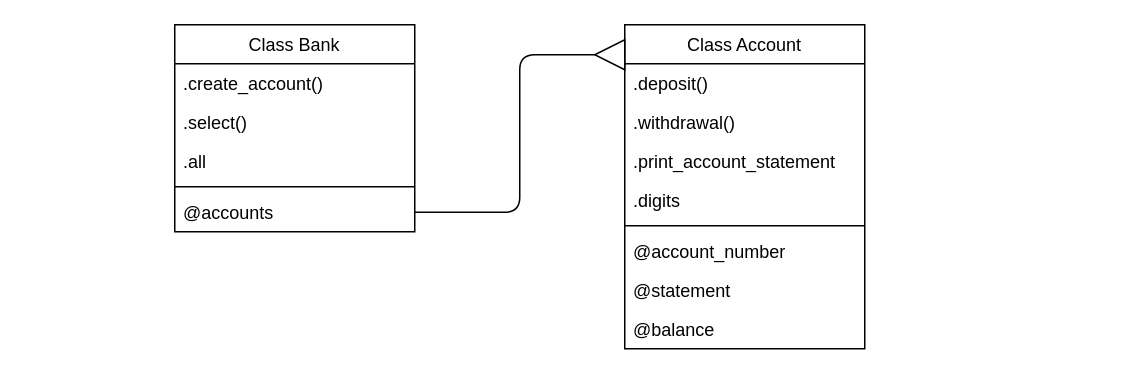
Before: Diagram.drawio in MatteoMicozzi/Bank, a draw.io diagram. Source tidied: cells renumbered, new cells numbered last; positions are measured from the earlier drawing's top-left corner, leaving out a move shared by most shapes. Both pictures are drawn from the tidied source at 150%, with x=0, y=0 at pixel (174, 24).
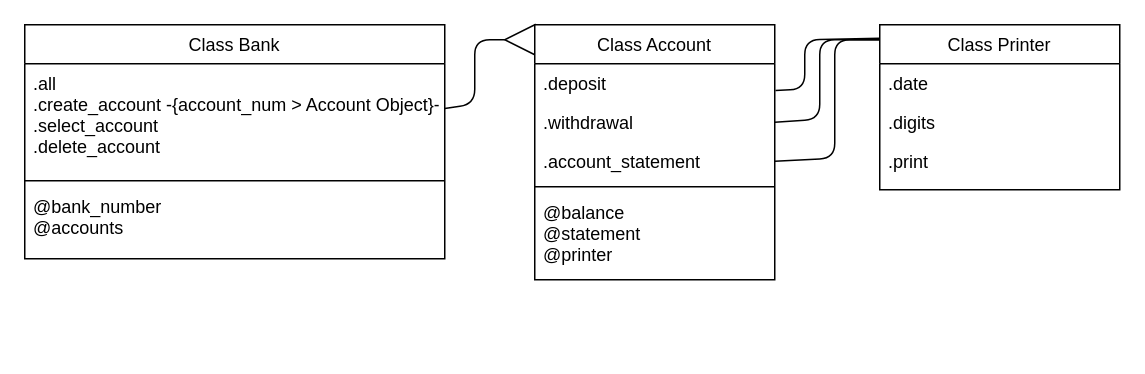
Above is the later version.

The edit, as a diff of the source:
```diff
@@
+    <mxCell id="19" style="edgeStyle=orthogonalEdgeStyle;rounded=0;jettySize=auto;html=1;exitX=0;exitY=0.5;exitDx=0;exitDy=0;" parent="1" edge="1" source="11">
+      <mxGeometry relative="1" as="geometry">
+        <mxPoint x="250" y="20.2" as="targetPoint" />
+      </mxGeometry>
+    </mxCell>
+    <mxCell id="11" style="triangle;whiteSpace=wrap;html=1;rotation=-180;" parent="1" vertex="1">
+      <mxGeometry x="220" width="20" height="20" as="geometry" />
+    </mxCell>
+    <mxCell id="18" style="endArrow=none;html=1;entryX=1;entryY=0.5;entryDx=0;entryDy=0;exitX=1;exitY=0.403;exitDx=0;exitDy=0;exitPerimeter=0;" parent="1" edge="1" source="13" target="11">
+      <mxGeometry relative="1" as="geometry">
+        <Array as="points">
+          <mxPoint x="200" y="53" />
+          <mxPoint x="200" y="10" />
+        </Array>
+      </mxGeometry>
+    </mxCell>
     <mxCell id="2" value="Class Account" style="swimlane;fontStyle=0;align=center;verticalAlign=top;horizontal=1;startSize=26;rounded=0;shadow=0;strokeWidth=1;" parent="1" vertex="1">
-      <mxGeometry x="300" width="160" height="216" as="geometry" />
+      <mxGeometry x="240" width="160" height="170" as="geometry" />
     </mxCell>
-    <mxCell id="3" value=".deposit()" style="text;align=left;verticalAlign=top;spacingLeft=4;spacingRight=4;overflow=hidden;points=[[0,0.5],[1,0.5]];portConstraint=eastwest;" parent="2" vertex="1">
+    <mxCell id="3" value=".deposit" style="text;align=left;verticalAlign=top;spacingLeft=4;spacingRight=4;overflow=hidden;points=[[0,0.5],[1,0.5]];portConstraint=eastwest;" parent="2" vertex="1">
       <mxGeometry y="26" width="160" height="26" as="geometry" />
     </mxCell>
-    <mxCell id="4" value=".withdrawal()" style="text;align=left;verticalAlign=top;spacingLeft=4;spacingRight=4;overflow=hidden;points=[[0,0.5],[1,0.5]];portConstraint=eastwest;rounded=0;shadow=0;html=0;" parent="2" vertex="1">
+    <mxCell id="4" value=".withdrawal" style="text;align=left;verticalAlign=top;spacingLeft=4;spacingRight=4;overflow=hidden;points=[[0,0.5],[1,0.5]];portConstraint=eastwest;rounded=0;shadow=0;html=0;" parent="2" vertex="1">
       <mxGeometry y="52" width="160" height="26" as="geometry" />
     </mxCell>
-    <mxCell id="5" value=".print_account_statement" style="text;align=left;verticalAlign=top;spacingLeft=4;spacingRight=4;overflow=hidden;points=[[0,0.5],[1,0.5]];portConstraint=eastwest;rounded=0;shadow=0;html=0;" parent="2" vertex="1">
+    <mxCell id="5" value=".account_statement" style="text;align=left;verticalAlign=top;spacingLeft=4;spacingRight=4;overflow=hidden;points=[[0,0.5],[1,0.5]];portConstraint=eastwest;rounded=0;shadow=0;html=0;" parent="2" vertex="1">
       <mxGeometry y="78" width="160" height="26" as="geometry" />
     </mxCell>
-    <mxCell id="6" value=".digits" style="text;align=left;verticalAlign=top;spacingLeft=4;spacingRight=4;overflow=hidden;rounded=0;shadow=0;html=0;" parent="2" vertex="1">
-      <mxGeometry y="104" width="160" height="26" as="geometry" />
-    </mxCell>
     <mxCell id="7" style="line;html=1;strokeWidth=1;align=left;verticalAlign=middle;spacingTop=-1;spacingLeft=3;spacingRight=3;labelPosition=right;" parent="2" vertex="1">
-      <mxGeometry y="130" width="160" height="8" as="geometry" />
+      <mxGeometry y="104" width="160" height="8" as="geometry" />
     </mxCell>
-    <mxCell id="8" value="@account_number" style="text;align=left;verticalAlign=top;spacingLeft=4;spacingRight=4;overflow=hidden;" parent="2" vertex="1">
-      <mxGeometry y="138" width="160" height="26" as="geometry" />
-    </mxCell>
-    <mxCell id="9" value="@statement" style="text;align=left;verticalAlign=top;spacingLeft=4;spacingRight=4;overflow=hidden;" parent="2" vertex="1">
-      <mxGeometry y="164" width="160" height="26" as="geometry" />
-    </mxCell>
-    <mxCell id="10" value="@balance" style="text;align=left;verticalAlign=top;spacingLeft=4;spacingRight=4;overflow=hidden;" parent="2" vertex="1">
-      <mxGeometry y="190" width="160" height="26" as="geometry" />
+    <mxCell id="10" value="@balance&#10;@statement&#10;@printer&#10;" style="text;align=left;verticalAlign=top;spacingLeft=4;spacingRight=4;overflow=hidden;" parent="2" vertex="1">
+      <mxGeometry y="112" width="160" height="58" as="geometry" />
     </mxCell>
-    <mxCell id="11" style="triangle;whiteSpace=wrap;html=1;rotation=-180;" parent="1" vertex="1">
-      <mxGeometry x="280" y="10" width="20" height="20" as="geometry" />
-    </mxCell>
     <mxCell id="12" value="Class Bank" style="swimlane;fontStyle=0;align=center;verticalAlign=top;horizontal=1;startSize=26;rounded=0;shadow=0;strokeWidth=1;" parent="1" vertex="1">
-      <mxGeometry width="160" height="138" as="geometry" />
+      <mxGeometry x="-100" width="280" height="156" as="geometry" />
     </mxCell>
-    <mxCell id="13" value=".create_account()" style="text;align=left;verticalAlign=top;spacingLeft=4;spacingRight=4;overflow=hidden;points=[[0,0.5],[1,0.5]];portConstraint=eastwest;rounded=0;shadow=0;html=0;" parent="12" vertex="1">
-      <mxGeometry y="26" width="160" height="26" as="geometry" />
+    <mxCell id="13" value=".all&#10;.create_account -{account_num &gt; Account Object}-&#10;.select_account&#10;.delete_account" style="text;align=left;verticalAlign=top;spacingLeft=4;spacingRight=4;overflow=hidden;points=[[0,0.5],[1,0.5]];portConstraint=eastwest;rounded=0;shadow=0;html=0;" parent="12" vertex="1">
+      <mxGeometry y="26" width="280" height="74" as="geometry" />
     </mxCell>
-    <mxCell id="14" value=".select()" style="text;align=left;verticalAlign=top;spacingLeft=4;spacingRight=4;overflow=hidden;rounded=0;shadow=0;html=0;" parent="12" vertex="1">
-      <mxGeometry y="52" width="160" height="26" as="geometry" />
-    </mxCell>
-    <mxCell id="15" value=".all" style="text;align=left;verticalAlign=top;spacingLeft=4;spacingRight=4;overflow=hidden;rounded=0;shadow=0;html=0;" parent="12" vertex="1">
-      <mxGeometry y="78" width="160" height="26" as="geometry" />
-    </mxCell>
     <mxCell id="16" style="line;html=1;strokeWidth=1;align=left;verticalAlign=middle;spacingTop=-1;spacingLeft=3;spacingRight=3;labelPosition=right;" parent="12" vertex="1">
-      <mxGeometry y="104" width="160" height="8" as="geometry" />
+      <mxGeometry y="100" width="280" height="8" as="geometry" />
     </mxCell>
-    <mxCell id="17" value="@accounts" style="text;align=left;verticalAlign=top;spacingLeft=4;spacingRight=4;overflow=hidden;points=[[0,0.5],[1,0.5]];portConstraint=eastwest;" parent="12" vertex="1">
-      <mxGeometry y="112" width="160" height="26" as="geometry" />
+    <mxCell id="17" value="@bank_number&#10;@accounts&#10;" style="text;align=left;verticalAlign=top;spacingLeft=4;spacingRight=4;overflow=hidden;points=[[0,0.5],[1,0.5]];portConstraint=eastwest;" parent="12" vertex="1">
+      <mxGeometry y="108" width="280" height="48" as="geometry" />
     </mxCell>
-    <mxCell id="18" style="endArrow=none;html=1;entryX=1;entryY=0.5;entryDx=0;entryDy=0;exitX=1;exitY=0.5;exitDx=0;exitDy=0;" parent="1" edge="1" source="17" target="11">
-      <mxGeometry relative="1" as="geometry">
-        <Array as="points">
-          <mxPoint x="230" y="125" />
-          <mxPoint x="230" y="20" />
-        </Array>
-      </mxGeometry>
-    </mxCell>
+    <mxCell id="20" value="Class Printer" style="swimlane;fontStyle=0;align=center;verticalAlign=top;horizontal=1;startSize=26;rounded=0;shadow=0;strokeWidth=1;" parent="1" vertex="1">
+      <mxGeometry x="470" width="160" height="110" as="geometry" />
+    </mxCell>
+    <mxCell id="21" value=".date" style="text;align=left;verticalAlign=top;spacingLeft=4;spacingRight=4;overflow=hidden;rounded=0;shadow=0;html=0;" parent="20" vertex="1">
+      <mxGeometry y="26" width="160" height="26" as="geometry" />
+    </mxCell>
+    <mxCell id="6" value=".digits" style="text;align=left;verticalAlign=top;spacingLeft=4;spacingRight=4;overflow=hidden;rounded=0;shadow=0;html=0;" parent="20" vertex="1">
+      <mxGeometry y="52" width="160" height="26" as="geometry" />
+    </mxCell>
+    <mxCell id="22" value=".print" style="text;align=left;verticalAlign=top;spacingLeft=4;spacingRight=4;overflow=hidden;rounded=0;shadow=0;html=0;" parent="20" vertex="1">
+      <mxGeometry y="78" width="160" height="26" as="geometry" />
+    </mxCell>
+    <mxCell id="23" style="endArrow=none;html=1;exitX=1.003;exitY=0.685;exitDx=0;exitDy=0;exitPerimeter=0;entryX=0;entryY=0.082;entryDx=0;entryDy=0;entryPerimeter=0;" parent="1" edge="1" source="3" target="20">
+      <mxGeometry relative="1" as="geometry">
+        <Array as="points">
+          <mxPoint x="420" y="43" />
+          <mxPoint x="420" y="10" />
+        </Array>
+      </mxGeometry>
+    </mxCell>
+    <mxCell id="24" style="endArrow=none;html=1;exitX=1;exitY=0.5;exitDx=0;exitDy=0;" parent="1" edge="1" source="4">
+      <mxGeometry relative="1" as="geometry">
+        <mxPoint x="470" y="10" as="targetPoint" />
+        <Array as="points">
+          <mxPoint x="430" y="63" />
+          <mxPoint x="430" y="10" />
+        </Array>
+      </mxGeometry>
+    </mxCell>
+    <mxCell id="25" style="endArrow=none;html=1;exitX=1;exitY=0.5;exitDx=0;exitDy=0;" parent="1" edge="1" source="5">
+      <mxGeometry relative="1" as="geometry">
+        <mxPoint x="470" y="10" as="targetPoint" />
+        <Array as="points">
+          <mxPoint x="440" y="89" />
+          <mxPoint x="440" y="10" />
+        </Array>
+      </mxGeometry>
+    </mxCell>
```
